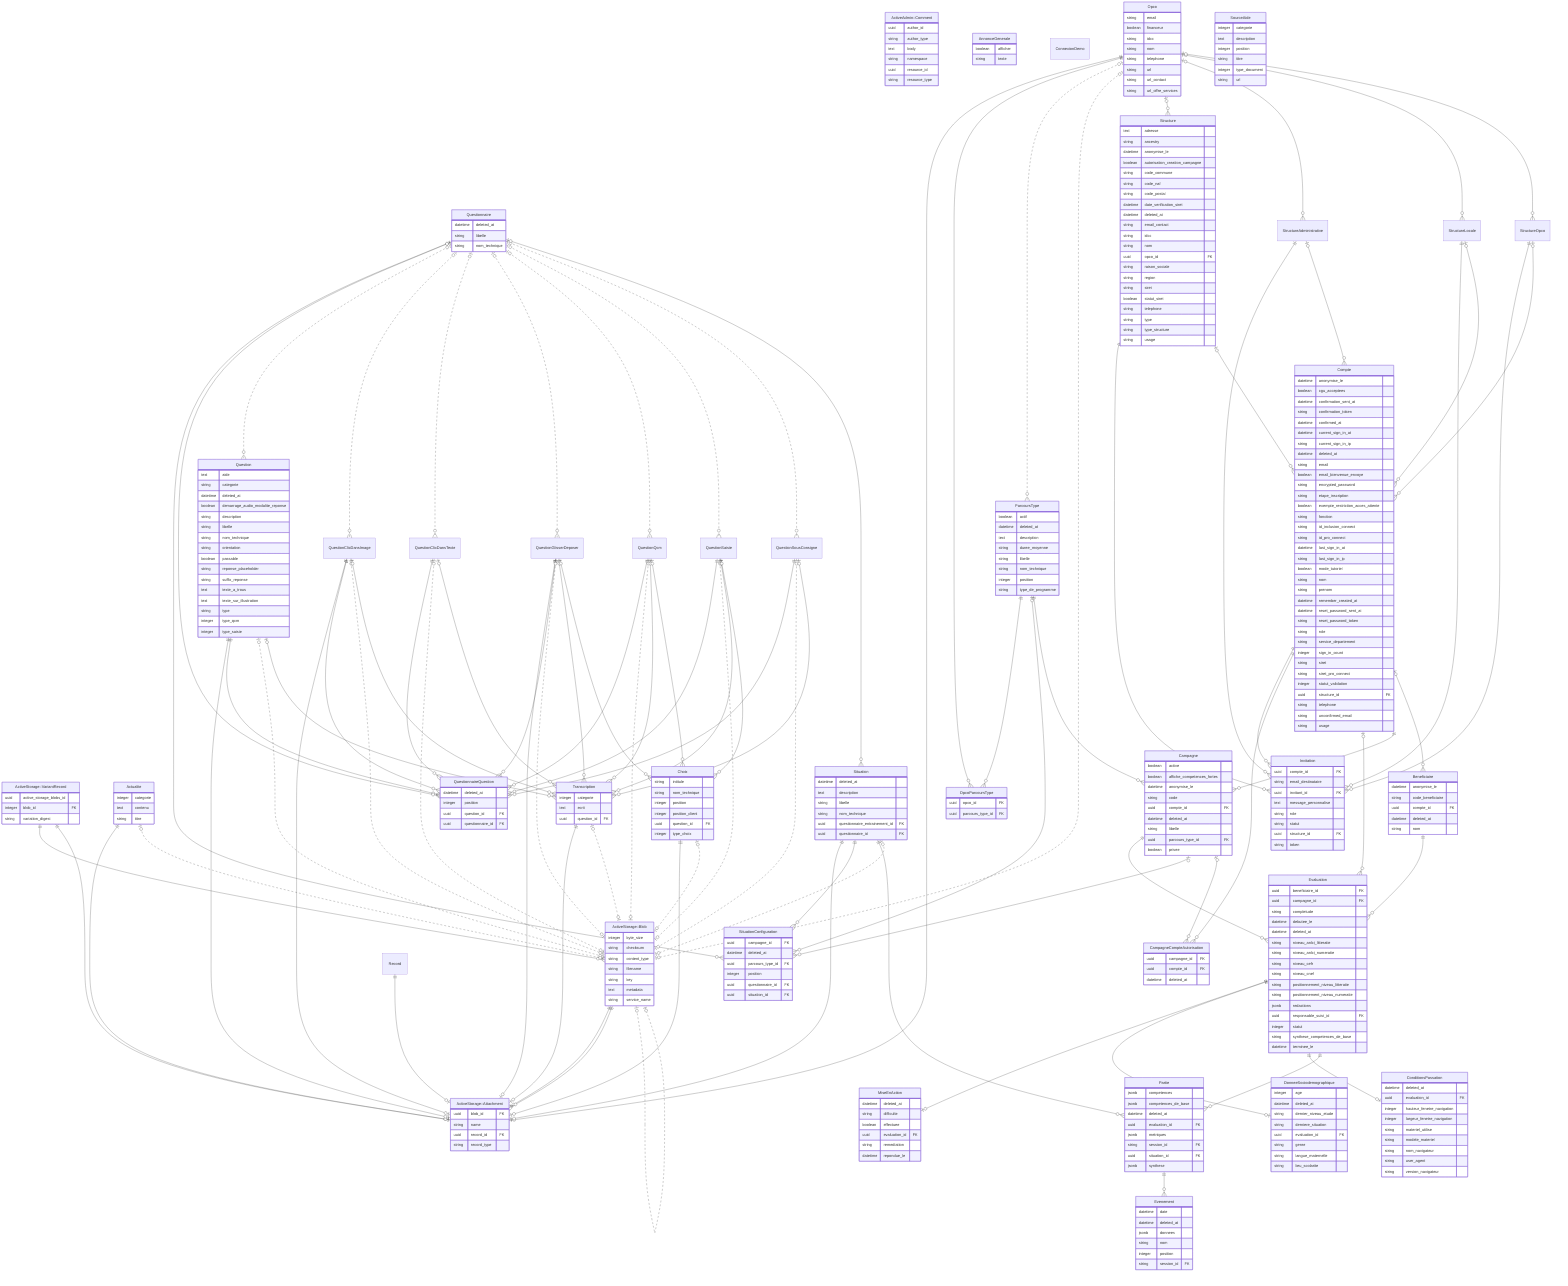
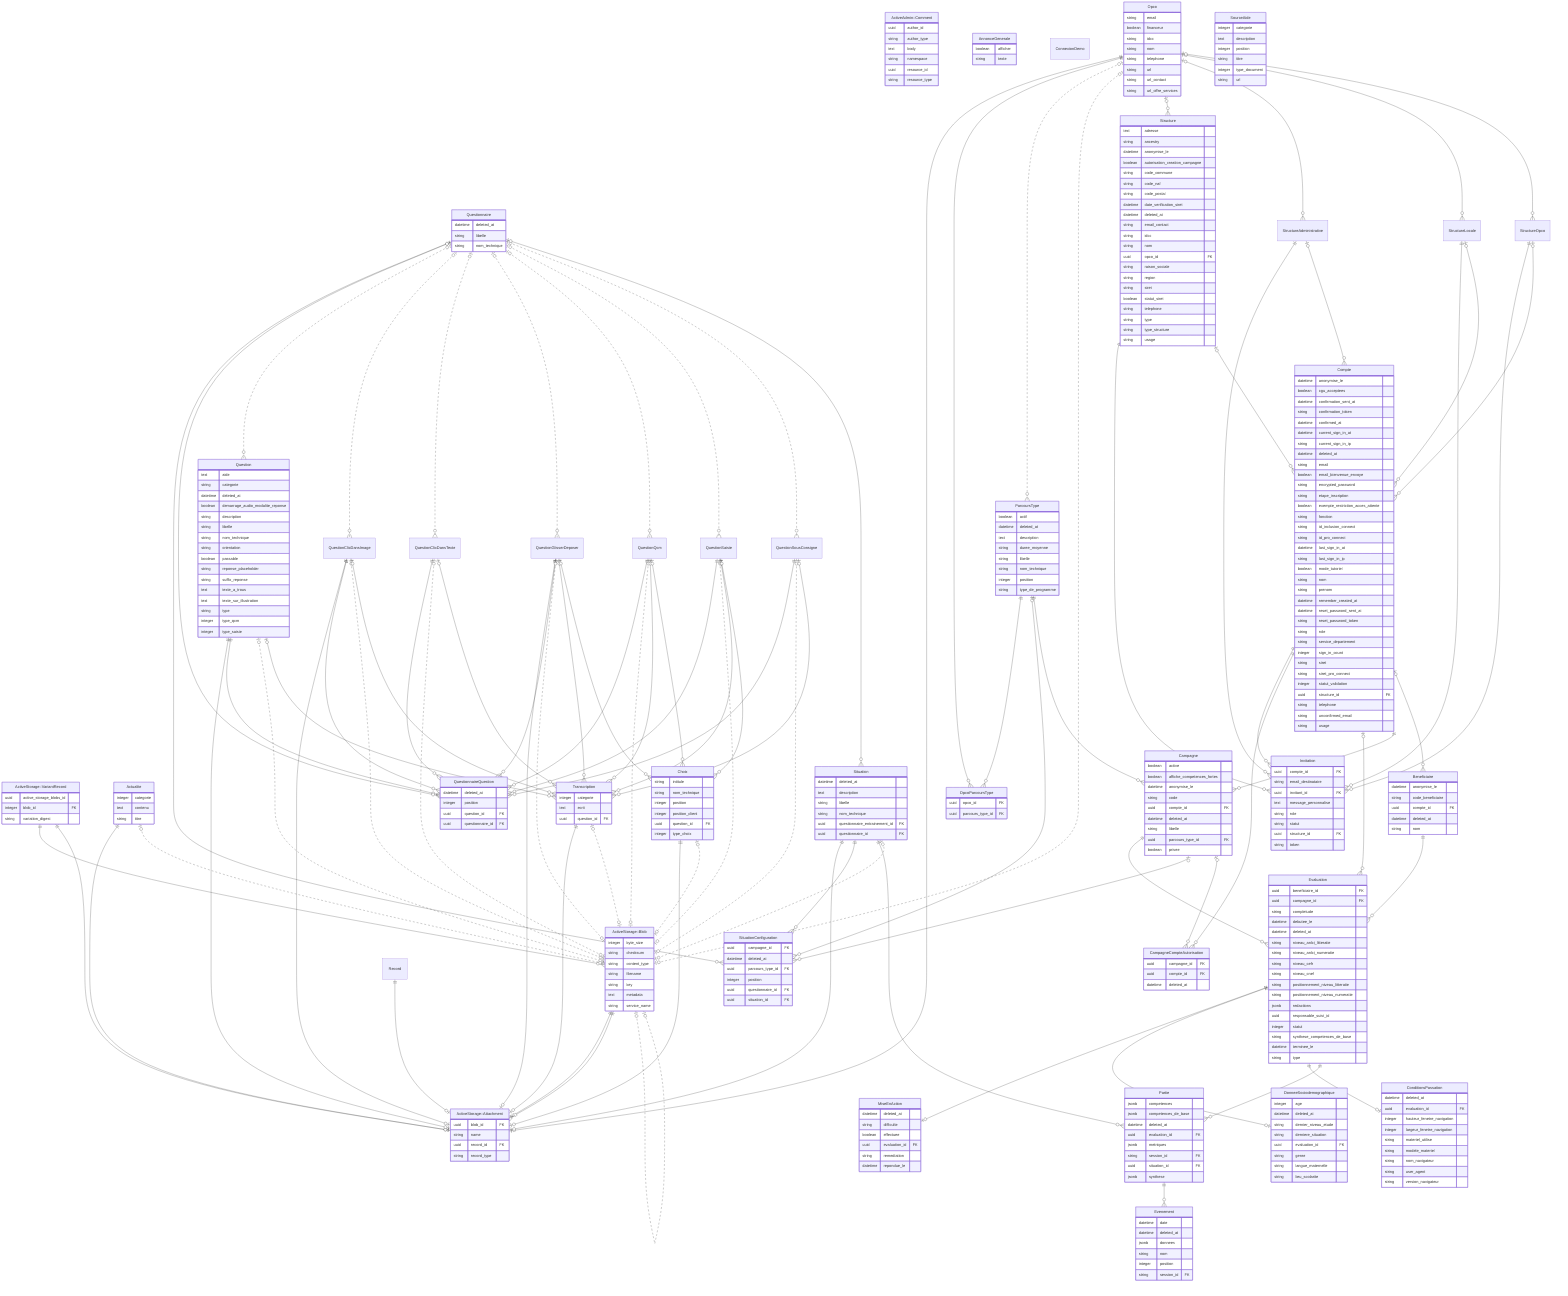
erDiagram
	direction TB
	"ActiveAdmin::Comment" {
		uuid author_id
		string author_type
		text body
		string namespace
		uuid resource_id
		string resource_type
	}
	"ActiveStorage::Attachment" {
		uuid blob_id FK
		string name
		uuid record_id FK
		string record_type
	}
	"ActiveStorage::Blob" {
		integer byte_size
		string checksum
		string content_type
		string filename
		string key
		text metadata
		string service_name
	}
	"ActiveStorage::VariantRecord" {
		uuid active_storage_blobs_id
		integer blob_id FK
		string variation_digest
	}
	Actualite {
		integer categorie
		text contenu
		string titre
	}
	AnnonceGenerale {
		boolean afficher
		string texte
	}
	Beneficiaire {
		datetime anonymise_le
		string code_beneficiaire
		uuid compte_id FK
		datetime deleted_at
		string nom
	}
	Campagne {
		boolean active
		boolean affiche_competences_fortes
		datetime anonymise_le
		string code
		uuid compte_id FK
		datetime deleted_at
		string libelle
		uuid parcours_type_id FK
		boolean privee
	}
	CampagneCompteAutorisation {
		uuid campagne_id FK
		uuid compte_id FK
		datetime deleted_at
	}
	Choix {
		string intitule
		string nom_technique
		integer position
		integer position_client
		uuid question_id FK
		integer type_choix
	}
	Compte {
		datetime anonymise_le
		boolean cgu_acceptees
		datetime confirmation_sent_at
		string confirmation_token
		datetime confirmed_at
		datetime current_sign_in_at
		string current_sign_in_ip
		datetime deleted_at
		string email
		boolean email_bienvenue_envoye
		string encrypted_password
		string etape_inscription
		boolean exempte_restriction_acces_attente
		string fonction
		string id_inclusion_connect
		string id_pro_connect
		datetime last_sign_in_at
		string last_sign_in_ip
		boolean mode_tutoriel
		string nom
		string prenom
		datetime remember_created_at
		datetime reset_password_sent_at
		string reset_password_token
		string role
		string service_departement
		integer sign_in_count
		string siret
		string siret_pro_connect
		integer statut_validation
		uuid structure_id FK
		string telephone
		string unconfirmed_email
		string usage
	}
	ConditionsPassation {
		datetime deleted_at
		uuid evaluation_id FK
		integer hauteur_fenetre_navigation
		integer largeur_fenetre_navigation
		string materiel_utilise
		string modele_materiel
		string nom_navigateur
		string user_agent
		string version_navigateur
	}
	ConnexionDemo {
	}
	DonneeSociodemographique {
		integer age
		datetime deleted_at
		string dernier_niveau_etude
		string derniere_situation
		uuid evaluation_id FK
		string genre
		string langue_maternelle
		string lieu_scolarite
	}
	Evaluation {
		uuid beneficiaire_id FK
		uuid campagne_id FK
		string completude
		datetime debutee_le
		datetime deleted_at
		string niveau_anlci_litteratie
		string niveau_anlci_numeratie
		string niveau_cefr
		string niveau_cnef
		string positionnement_niveau_litteratie
		string positionnement_niveau_numeratie
		jsonb redactions
- 		uuid responsable_suivi_id FK
+ 		uuid responsable_suivi_id
		integer statut
		string synthese_competences_de_base
		datetime terminee_le
+ 		string type
	}
	Evenement {
		datetime date
		datetime deleted_at
		jsonb donnees
		string nom
		integer position
		string session_id FK
	}
	Invitation {
		uuid compte_id FK
		string email_destinataire
		uuid invitant_id FK
		text message_personnalise
		string role
		string statut
		uuid structure_id FK
		string token
	}
	MiseEnAction {
		datetime deleted_at
		string difficulte
		boolean effectuee
		uuid evaluation_id FK
		string remediation
		datetime repondue_le
	}
	Opco {
		string email
		boolean financeur
		string idcc
		string nom
		string telephone
		string url
		string url_contact
		string url_offre_services
	}
	OpcoParcoursType {
		uuid opco_id FK
		uuid parcours_type_id FK
	}
	ParcoursType {
		boolean actif
		datetime deleted_at
		text description
		string duree_moyenne
		string libelle
		string nom_technique
		integer position
		string type_de_programme
	}
	Partie {
		jsonb competences
		jsonb competences_de_base
		datetime deleted_at
		uuid evaluation_id FK
		jsonb metriques
		string session_id FK
		uuid situation_id FK
		jsonb synthese
	}
	Question {
		text aide
		string categorie
		datetime deleted_at
		boolean demarrage_audio_modalite_reponse
		string description
		string libelle
		string nom_technique
		string orientation
		boolean passable
		string reponse_placeholder
		string suffix_reponse
		text texte_a_trous
		text texte_sur_illustration
		string type
		integer type_qcm
		integer type_saisie
	}
	Questionnaire {
		datetime deleted_at
		string libelle
		string nom_technique
	}
	QuestionnaireQuestion {
		datetime deleted_at
		integer position
		uuid question_id FK
		uuid questionnaire_id FK
	}
	Situation {
		datetime deleted_at
		text description
		string libelle
		string nom_technique
		uuid questionnaire_entrainement_id FK
		uuid questionnaire_id FK
	}
	SituationConfiguration {
		uuid campagne_id FK
		datetime deleted_at
		uuid parcours_type_id FK
		integer position
		uuid questionnaire_id FK
		uuid situation_id FK
	}
	SourceAide {
		integer categorie
		text description
		integer position
		string titre
		integer type_document
		string url
	}
	Structure {
		text adresse
		string ancestry
		datetime anonymise_le
		boolean autorisation_creation_campagne
		string code_commune
		string code_naf
		string code_postal
		datetime date_verification_siret
		datetime deleted_at
		string email_contact
		string idcc
		string nom
		uuid opco_id FK
		string raison_sociale
		string region
		string siret
		boolean statut_siret
		string telephone
		string type
		string type_structure
		string usage
	}
	Transcription {
		integer categorie
		text ecrit
		uuid question_id FK
	}
	"ActiveStorage::VariantRecord" ||--}o "ActiveStorage::Blob" : ""
	Record ||--|o "ActiveStorage::Attachment" : ""
	"ActiveStorage::Blob" ||--|o "ActiveStorage::Attachment" : ""
	"ActiveStorage::VariantRecord" ||--|o "ActiveStorage::Attachment" : ""
	Actualite ||--|o "ActiveStorage::Attachment" : ""
	Choix ||--|o "ActiveStorage::Attachment" : ""
	Opco ||--|o "ActiveStorage::Attachment" : ""
	Question ||--|o "ActiveStorage::Attachment" : ""
	QuestionClicDansImage ||--|o "ActiveStorage::Attachment" : ""
	QuestionGlisserDeposer ||--|o "ActiveStorage::Attachment" : ""
	Situation ||--|o "ActiveStorage::Attachment" : ""
	Transcription ||--|o "ActiveStorage::Attachment" : ""
	"ActiveStorage::Blob" ||--}o "ActiveStorage::Attachment" : ""
	"ActiveStorage::Blob" o|..|o "ActiveStorage::Blob" : ""
	Transcription o|..|o "ActiveStorage::Blob" : ""
	Opco ||--}o OpcoParcoursType : ""
	ParcoursType ||--}o OpcoParcoursType : ""
	Evaluation ||--|o MiseEnAction : ""
	Structure ||--}o Invitation : ""
	StructureAdministrative ||--}o Invitation : ""
	StructureLocale ||--}o Invitation : ""
	StructureOpco ||--}o Invitation : ""
	Compte ||--}o Invitation : ""
	Evaluation ||--|o DonneeSociodemographique : ""
	Evaluation ||--|o ConditionsPassation : ""
	Compte ||--}o CampagneCompteAutorisation : ""
	Situation ||--}o SituationConfiguration : ""
	Questionnaire o|--}o SituationConfiguration : ""
	Question ||--}o QuestionnaireQuestion : ""
	QuestionClicDansImage ||--}o QuestionnaireQuestion : ""
	QuestionClicDansTexte ||--}o QuestionnaireQuestion : ""
	QuestionGlisserDeposer ||--}o QuestionnaireQuestion : ""
	QuestionQcm ||--}o QuestionnaireQuestion : ""
	QuestionSaisie ||--}o QuestionnaireQuestion : ""
	QuestionSousConsigne ||--}o QuestionnaireQuestion : ""
	Question o|..|o "ActiveStorage::Blob" : ""
	QuestionClicDansImage o|..|o "ActiveStorage::Blob" : ""
	QuestionClicDansTexte o|..|o "ActiveStorage::Blob" : ""
	QuestionGlisserDeposer o|..|o "ActiveStorage::Blob" : ""
	QuestionQcm o|..|o "ActiveStorage::Blob" : ""
	QuestionSaisie o|..|o "ActiveStorage::Blob" : ""
	QuestionSousConsigne o|..|o "ActiveStorage::Blob" : ""
	Question o|--}o Transcription : ""
	QuestionClicDansImage o|--}o Transcription : ""
	QuestionClicDansTexte o|--}o Transcription : ""
	QuestionGlisserDeposer o|--}o Transcription : ""
	QuestionQcm o|--}o Transcription : ""
	QuestionSaisie o|--}o Transcription : ""
	QuestionSousConsigne o|--}o Transcription : ""
	Questionnaire o|--}o QuestionnaireQuestion : ""
	Questionnaire o|..}o Question : ""
	Questionnaire o|..}o QuestionClicDansImage : ""
	Questionnaire o|..}o QuestionClicDansTexte : ""
	Questionnaire o|..}o QuestionGlisserDeposer : ""
	Questionnaire o|..}o QuestionQcm : ""
	Questionnaire o|..}o QuestionSaisie : ""
	Questionnaire o|..}o QuestionSousConsigne : ""
	Evaluation ||--}o Partie : ""
	Situation ||--}o Partie : ""
	Partie ||--}o Evenement : ""
	ParcoursType o|--}o SituationConfiguration : ""
	Opco o|..}o ParcoursType : ""
	Opco o|..|o "ActiveStorage::Blob" : ""
	Situation o|..|o "ActiveStorage::Blob" : ""
	Questionnaire o|--}o Situation : ""
	Campagne ||--}o Evaluation : ""
	Beneficiaire ||--}o Evaluation : ""
	Compte o|--}o Evaluation : ""
	Choix o|..|o "ActiveStorage::Blob" : ""
	Campagne o|--}o SituationConfiguration : ""
	Campagne o|--}o CampagneCompteAutorisation : ""
	Compte ||--}o Campagne : ""
	ParcoursType ||--}o Campagne : ""
	Opco o|--}o Structure : ""
	Opco o|--}o StructureAdministrative : ""
	Opco o|--}o StructureLocale : ""
	Opco o|--}o StructureOpco : ""
	Compte o|--}o Beneficiaire : ""
	Actualite o|..|o "ActiveStorage::Blob" : ""
	Structure o|--}o Compte : ""
	StructureAdministrative o|--}o Compte : ""
	StructureLocale o|--}o Compte : ""
	StructureOpco o|--}o Compte : ""
	QuestionSaisie o|--}o Choix : ""
	QuestionQcm o|--}o Choix : ""
	QuestionGlisserDeposer o|--}o Choix : ""